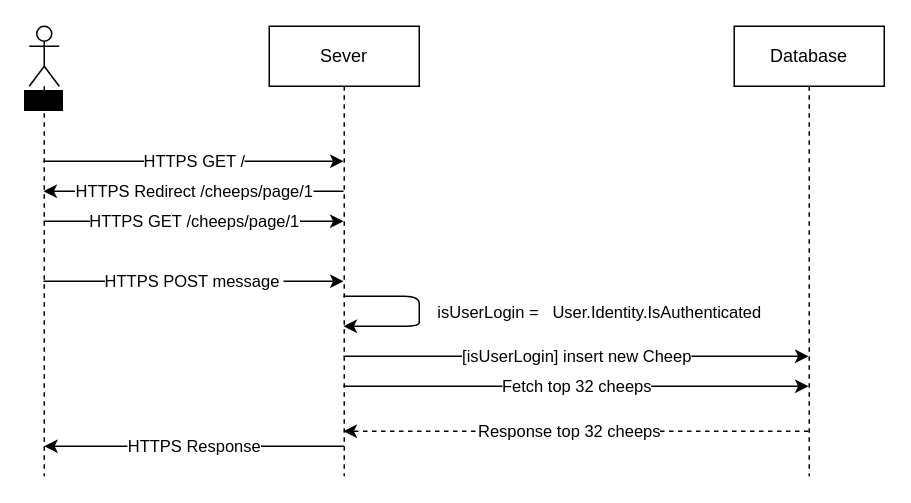
The draw.io diagram page "Page-2" (2 of 3) of docs/diagrams/FunctionaltitesSequence.drawio in ITU-BDSA2024-GROUP29/Chirp, before the edit. Source tidied: cells renumbered, new cells numbered last; positions are measured from the earlier drawing's top-left corner, leaving out a move shared by most shapes. Both pictures are drawn from the tidied source at 150%, with x=0, y=0 at pixel (28, 26).
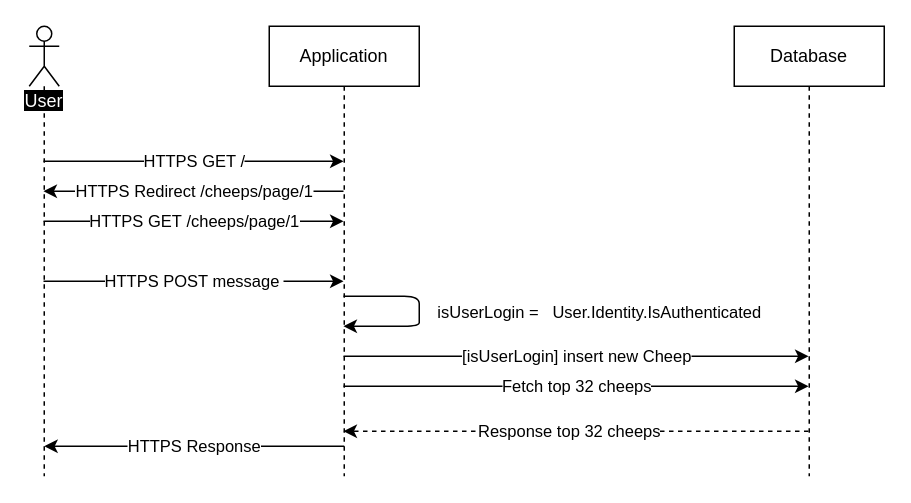
The same diagram, later.

Diff of the diagram source:
```diff
@@
-    <mxCell id="5" value="&lt;span style=&quot;background-color: rgb(0, 0, 0);&quot;&gt;User&lt;/span&gt;" style="shape=umlLifeline;participant=umlActor;perimeter=lifelinePerimeter;whiteSpace=wrap;html=1;verticalAlign=top;spacingTop=36;outlineConnect=0;" parent="1" vertex="1">
+    <mxCell id="5" value="&lt;span style=&quot;background-color: rgb(0, 0, 0);&quot;&gt;&lt;font color=&quot;#ffffff&quot;&gt;User&lt;/font&gt;&lt;/span&gt;" style="shape=umlLifeline;participant=umlActor;perimeter=lifelinePerimeter;whiteSpace=wrap;html=1;verticalAlign=top;spacingTop=36;outlineConnect=0;" parent="1" vertex="1">
       <mxGeometry width="20" height="300" as="geometry" />
     </mxCell>
@@
-    <mxCell id="9" value="Sever" style="shape=umlLifeline;perimeter=lifelinePerimeter;whiteSpace=wrap;html=1;outlineConnect=0;" parent="1" vertex="1">
+    <mxCell id="9" value="Application" style="shape=umlLifeline;perimeter=lifelinePerimeter;whiteSpace=wrap;html=1;outlineConnect=0;" parent="1" vertex="1">
       <mxGeometry x="160" width="100" height="300" as="geometry" />
     </mxCell>
```
